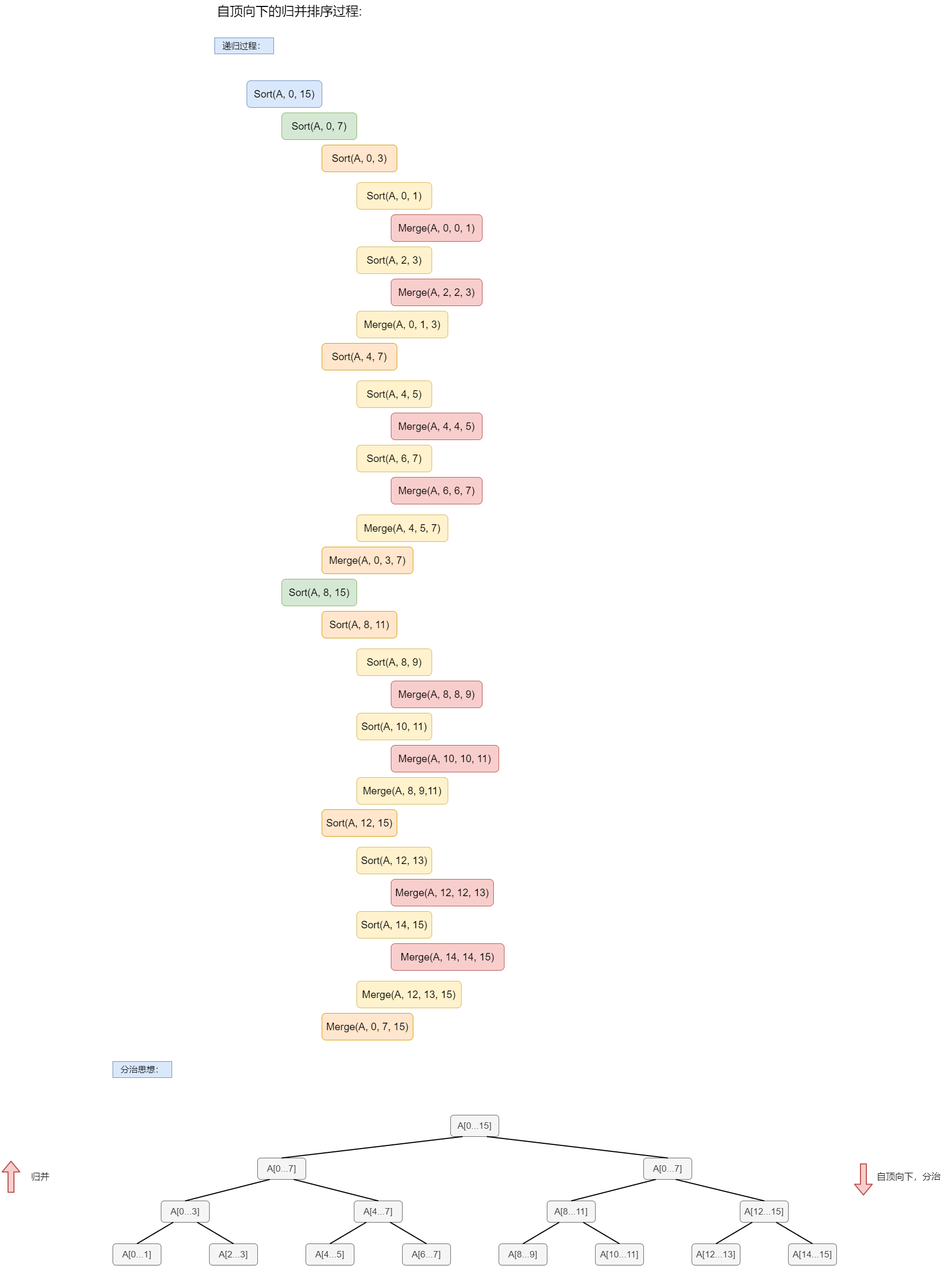
Before: ch02-排序/自顶向下归并排序递归过程.png, a diagram exported from draw.io (Nevermore12321/LeetCode). Source tidied: cells renumbered, new cells last; positions are measured from the earlier drawing's top-left corner, leaving out a move shared by most shapes.
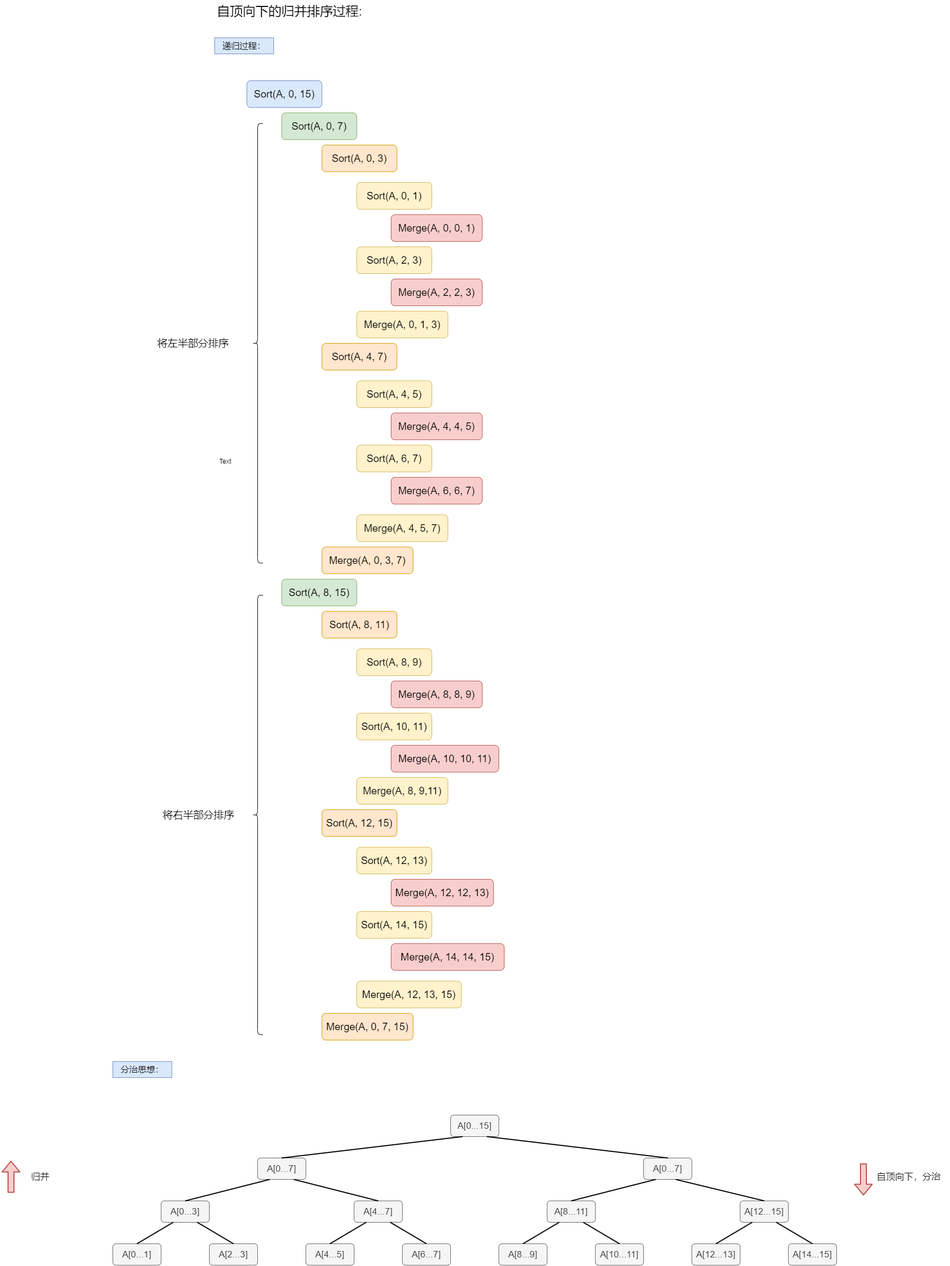
After the commit.

Commit message:
Update 自顶向下归并排序递归过程.png

The edit, as a diff of the source:
```diff
@@ -205,5 +205,20 @@
     <mxCell id="66" value="&lt;font style=&quot;font-size: 19px&quot;&gt;Merge(A, 0, 7, 15)&lt;/font&gt;" style="rounded=1;whiteSpace=wrap;html=1;fillColor=#ffe6cc;strokeColor=#d79b00;" parent="1" vertex="1">
       <mxGeometry x="600" y="1890" width="170" height="50" as="geometry" />
     </mxCell>
+    <mxCell id="67" style="shape=curlyBracket;whiteSpace=wrap;html=1;rounded=1;" parent="1" vertex="1">
+      <mxGeometry x="470" y="230" width="20" height="820" as="geometry" />
+    </mxCell>
+    <mxCell id="68" style="shape=curlyBracket;whiteSpace=wrap;html=1;rounded=1;" parent="1" vertex="1">
+      <mxGeometry x="470" y="1110" width="20" height="820" as="geometry" />
+    </mxCell>
+    <mxCell id="69" value="Text" style="text;html=1;strokeColor=none;fillColor=none;align=center;verticalAlign=middle;whiteSpace=wrap;rounded=0;" parent="1" vertex="1">
+      <mxGeometry x="400" y="850" width="40" height="20" as="geometry" />
+    </mxCell>
+    <mxCell id="70" value="&lt;font style=&quot;font-size: 19px&quot;&gt;将左半部分排序&lt;/font&gt;" style="text;html=1;strokeColor=none;fillColor=none;align=center;verticalAlign=middle;whiteSpace=wrap;rounded=0;" parent="1" vertex="1">
+      <mxGeometry x="280" y="610" width="160" height="60" as="geometry" />
+    </mxCell>
+    <mxCell id="71" value="&lt;font style=&quot;font-size: 19px&quot;&gt;将右半部分排序&lt;/font&gt;" style="text;html=1;strokeColor=none;fillColor=none;align=center;verticalAlign=middle;whiteSpace=wrap;rounded=0;" parent="1" vertex="1">
+      <mxGeometry x="290" y="1490" width="160" height="60" as="geometry" />
+    </mxCell>
   </root>
 </mxGraphModel>
```
